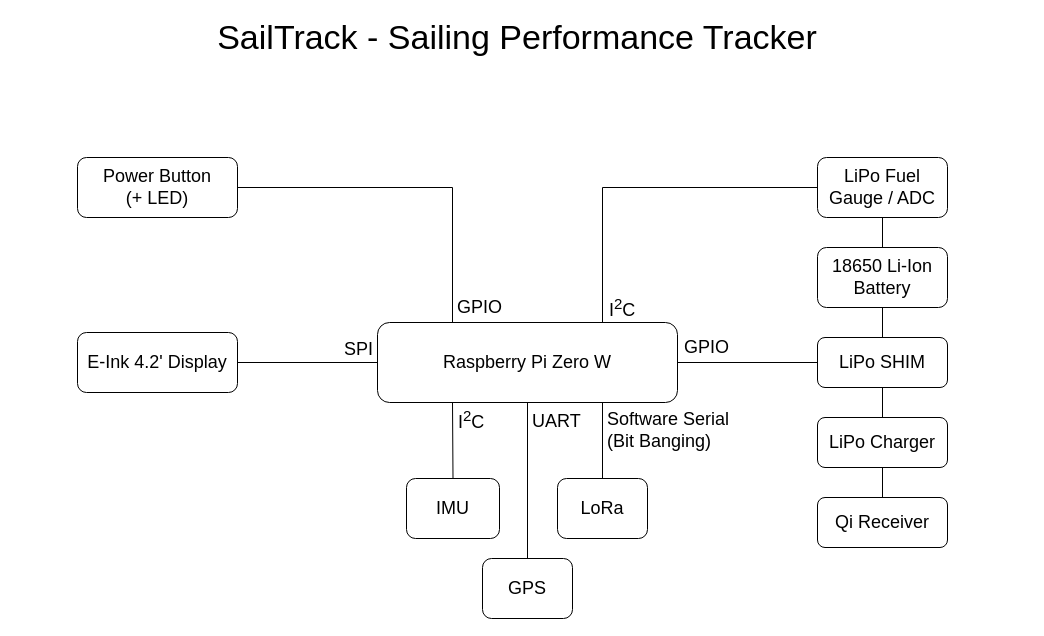
metis-vela-unipd/telemetry-documentation keeps this draw.io diagram as page "Block Scheme" (1 of 2) of schematics/sailtrack.drawio. Above is the earlier version. Source tidied: cells renumbered, new cells numbered last; positions are measured from the earlier drawing's top-left corner, leaving out a move shared by most shapes. Both pictures are drawn from the tidied source at 100%, with x=0, y=0 at pixel (17, 17).
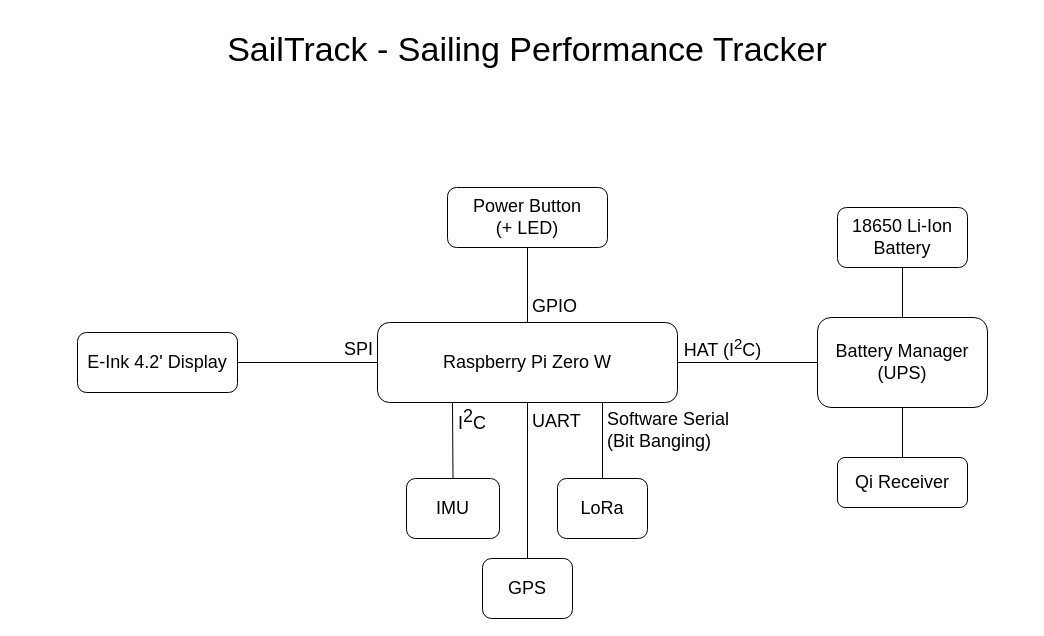
The same page after the edit.

Commit message:
Add Battery Manager System (UPS)

Unchanged cells that the change refers to:
```xml
<mxCell id="5" value="&lt;font style=&quot;font-size: 18px&quot;&gt;Raspberry Pi Zero W&lt;/font&gt;" style="rounded=1;whiteSpace=wrap;html=1;fontFamily=Helvetica;fontSize=18;align=center;" parent="1" vertex="1">
  <mxGeometry x="360" y="305" width="300" height="80" as="geometry" />
</mxCell>
<mxCell id="27" style="edgeStyle=orthogonalEdgeStyle;rounded=0;jettySize=auto;html=1;exitX=0.5;exitY=0;exitDx=0;exitDy=0;entryX=0.25;entryY=1;entryDx=0;entryDy=0;endArrow=none;endFill=0;" parent="1" edge="1" source="29" target="5">
  <mxGeometry relative="1" as="geometry">
    <Array as="points">
      <mxPoint x="435" y="461" />
    </Array>
  </mxGeometry>
</mxCell>
```

What changed in the source:
```diff
@@
     <mxCell id="2" value="SailTrack - Sailing Performance Tracker" style="text;html=1;strokeColor=none;fillColor=none;align=center;verticalAlign=middle;whiteSpace=wrap;rounded=0;fontFamily=Helvetica;FType=g;fontStyle=0;fontSize=34;labelBorderColor=none;" parent="1" vertex="1">
-      <mxGeometry width="1000" height="40" as="geometry" />
+      <mxGeometry x="10" y="12" width="1000" height="40" as="geometry" />
     </mxCell>
-    <mxCell id="3" style="edgeStyle=orthogonalEdgeStyle;rounded=0;jettySize=auto;html=1;exitX=1;exitY=0.5;exitDx=0;exitDy=0;entryX=0;entryY=0.5;entryDx=0;entryDy=0;endArrow=none;endFill=0;fontFamily=Helvetica;fontSize=18;" parent="1" edge="1" source="5" target="9">
-      <mxGeometry relative="1" as="geometry" />
-    </mxCell>
-    <mxCell id="4" value="GPIO" style="edgeLabel;html=1;align=center;verticalAlign=middle;fontSize=18;fontFamily=Helvetica;" parent="3" vertex="1">
-      <mxGeometry x="-0.31" relative="1" as="geometry">
-        <mxPoint x="-19.2" y="-16" as="offset" />
-      </mxGeometry>
-    </mxCell>
+    <mxCell id="33" style="edgeStyle=orthogonalEdgeStyle;rounded=0;jettySize=auto;html=1;exitX=1;exitY=0.5;exitDx=0;exitDy=0;entryX=0;entryY=0.5;entryDx=0;entryDy=0;endArrow=none;endFill=0;" parent="1" edge="1" source="5" target="38">
+      <mxGeometry relative="1" as="geometry" />
+    </mxCell>
+    <mxCell id="34" value="HAT (I&lt;sup&gt;2&lt;/sup&gt;C)" style="edgeLabel;html=1;align=center;verticalAlign=middle;fontSize=18;" parent="33" vertex="1">
+      <mxGeometry x="-0.47" y="2" relative="1" as="geometry">
+        <mxPoint x="7.5" y="-13" as="offset" />
+      </mxGeometry>
+    </mxCell>
@@
-    <mxCell id="6" style="edgeStyle=orthogonalEdgeStyle;rounded=0;jettySize=auto;html=1;exitX=0.5;exitY=1;exitDx=0;exitDy=0;entryX=0.5;entryY=0;entryDx=0;entryDy=0;endArrow=none;endFill=0;fontFamily=Helvetica;fontSize=18;" parent="1" edge="1" source="7" target="9">
-      <mxGeometry relative="1" as="geometry" />
-    </mxCell>
+    <mxCell id="35" style="edgeStyle=orthogonalEdgeStyle;rounded=0;jettySize=auto;html=1;exitX=0.5;exitY=1;exitDx=0;exitDy=0;entryX=0.5;entryY=0;entryDx=0;entryDy=0;endArrow=none;endFill=0;" parent="1" edge="1" source="7" target="38">
+      <mxGeometry relative="1" as="geometry" />
+    </mxCell>
     <mxCell id="7" value="&lt;font style=&quot;font-size: 18px&quot;&gt;18650 Li-Ion Battery&lt;/font&gt;" style="rounded=1;whiteSpace=wrap;html=1;fontFamily=Helvetica;fontSize=18;align=center;" parent="1" vertex="1">
-      <mxGeometry x="800" y="230" width="130" height="60" as="geometry" />
+      <mxGeometry x="820" y="190" width="130" height="60" as="geometry" />
     </mxCell>
-    <mxCell id="8" style="edgeStyle=orthogonalEdgeStyle;rounded=0;jettySize=auto;html=1;exitX=0.5;exitY=1;exitDx=0;exitDy=0;entryX=0.5;entryY=0;entryDx=0;entryDy=0;endArrow=none;endFill=0;fontFamily=Helvetica;fontSize=18;" parent="1" edge="1" source="9" target="11">
-      <mxGeometry relative="1" as="geometry" />
-    </mxCell>
-    <mxCell id="9" value="&lt;font style=&quot;font-size: 18px&quot;&gt;LiPo SHIM&lt;/font&gt;" style="rounded=1;whiteSpace=wrap;html=1;fontFamily=Helvetica;fontSize=18;align=center;" parent="1" vertex="1">
-      <mxGeometry x="800" y="320" width="130" height="50" as="geometry" />
-    </mxCell>
-    <mxCell id="10" style="edgeStyle=orthogonalEdgeStyle;rounded=0;jettySize=auto;html=1;exitX=0.5;exitY=1;exitDx=0;exitDy=0;entryX=0.5;entryY=0;entryDx=0;entryDy=0;endArrow=none;endFill=0;fontFamily=Helvetica;fontSize=18;" parent="1" edge="1" source="11" target="12">
-      <mxGeometry relative="1" as="geometry" />
-    </mxCell>
-    <mxCell id="11" value="&lt;font style=&quot;font-size: 18px&quot;&gt;LiPo&amp;nbsp;Charger&lt;/font&gt;" style="rounded=1;whiteSpace=wrap;html=1;fontFamily=Helvetica;fontSize=18;align=center;" parent="1" vertex="1">
-      <mxGeometry x="800" y="400" width="130" height="50" as="geometry" />
-    </mxCell>
     <mxCell id="12" value="&lt;font style=&quot;font-size: 18px&quot;&gt;Qi Receiver&lt;/font&gt;" style="rounded=1;whiteSpace=wrap;html=1;fontFamily=Helvetica;fontSize=18;align=center;" parent="1" vertex="1">
-      <mxGeometry x="800" y="480" width="130" height="50" as="geometry" />
+      <mxGeometry x="820" y="440" width="130" height="50" as="geometry" />
     </mxCell>
@@
-    <mxCell id="14" style="edgeStyle=orthogonalEdgeStyle;rounded=0;jettySize=auto;html=1;exitX=0.5;exitY=1;exitDx=0;exitDy=0;entryX=0.5;entryY=0;entryDx=0;entryDy=0;endArrow=none;endFill=0;fontFamily=Helvetica;fontSize=18;" parent="1" edge="1" source="17" target="7">
-      <mxGeometry relative="1" as="geometry" />
-    </mxCell>
-    <mxCell id="15" style="edgeStyle=orthogonalEdgeStyle;rounded=0;jettySize=auto;html=1;exitX=0;exitY=0.5;exitDx=0;exitDy=0;entryX=0.75;entryY=0;entryDx=0;entryDy=0;endArrow=none;endFill=0;fontFamily=Helvetica;fontSize=18;" parent="1" edge="1" source="17" target="5">
-      <mxGeometry relative="1" as="geometry" />
-    </mxCell>
-    <mxCell id="16" value="I&lt;sup&gt;2&lt;/sup&gt;C" style="edgeLabel;html=1;align=left;verticalAlign=middle;fontSize=18;fontFamily=Helvetica;" parent="15" vertex="1">
-      <mxGeometry x="-0.33" y="-4" relative="1" as="geometry">
-        <mxPoint x="-93.5" y="124" as="offset" />
-      </mxGeometry>
-    </mxCell>
-    <mxCell id="17" value="&lt;font style=&quot;font-size: 18px&quot;&gt;LiPo Fuel Gauge / ADC&lt;/font&gt;" style="rounded=1;whiteSpace=wrap;html=1;fontFamily=Helvetica;fontSize=18;align=center;" parent="1" vertex="1">
-      <mxGeometry x="800" y="140" width="130" height="60" as="geometry" />
-    </mxCell>
@@
-    <mxCell id="28" value="&lt;font style=&quot;font-size: 18px&quot;&gt;I&lt;sup&gt;2&lt;/sup&gt;C&lt;/font&gt;" style="edgeLabel;html=1;align=left;verticalAlign=middle;" parent="27" vertex="1">
+    <mxCell id="28" value="&lt;font style=&quot;font-size: 18px;&quot;&gt;I&lt;sup style=&quot;font-size: 18px;&quot;&gt;2&lt;/sup&gt;C&lt;/font&gt;" style="edgeLabel;html=1;align=left;verticalAlign=middle;fontSize=18;" parent="27" vertex="1">
       <mxGeometry x="0.13" y="3" relative="1" as="geometry">
         <mxPoint x="6.3" y="-16" as="offset" />
       </mxGeometry>
     </mxCell>
@@
-    <mxCell id="30" style="edgeStyle=orthogonalEdgeStyle;rounded=0;jettySize=auto;html=1;exitX=1;exitY=0.5;exitDx=0;exitDy=0;entryX=0.25;entryY=0;entryDx=0;entryDy=0;endArrow=none;endFill=0;fontFamily=Helvetica;fontSize=18;" parent="1" edge="1" source="32" target="5">
+    <mxCell id="30" style="edgeStyle=orthogonalEdgeStyle;rounded=0;jettySize=auto;html=1;exitX=0.5;exitY=1;exitDx=0;exitDy=0;entryX=0.5;entryY=0;entryDx=0;entryDy=0;endArrow=none;endFill=0;" parent="1" edge="1" source="32" target="5">
       <mxGeometry relative="1" as="geometry" />
     </mxCell>
-    <mxCell id="31" value="GPIO" style="edgeLabel;html=1;align=left;verticalAlign=middle;fontSize=18;fontFamily=Helvetica;" parent="30" vertex="1">
-      <mxGeometry x="0.79" y="-1" relative="1" as="geometry">
-        <mxPoint x="3.5" y="21.9" as="offset" />
-      </mxGeometry>
-    </mxCell>
+    <mxCell id="36" value="GPIO" style="edgeLabel;html=1;align=left;verticalAlign=middle;fontSize=18;" parent="30" vertex="1">
+      <mxGeometry x="-0.54" y="-2" relative="1" as="geometry">
+        <mxPoint x="5" y="41.4" as="offset" />
+      </mxGeometry>
+    </mxCell>
     <mxCell id="32" value="&lt;font style=&quot;font-size: 18px&quot;&gt;Power Button&lt;br&gt;(+ LED)&lt;/font&gt;" style="rounded=1;whiteSpace=wrap;html=1;fontFamily=Helvetica;fontSize=18;align=center;" parent="1" vertex="1">
-      <mxGeometry x="60" y="140" width="160" height="60" as="geometry" />
+      <mxGeometry x="430" y="170" width="160" height="60" as="geometry" />
     </mxCell>
+    <mxCell id="37" style="edgeStyle=orthogonalEdgeStyle;rounded=0;jettySize=auto;html=1;exitX=0.5;exitY=1;exitDx=0;exitDy=0;entryX=0.5;entryY=0;entryDx=0;entryDy=0;endArrow=none;endFill=0;" parent="1" edge="1" source="38" target="12">
+      <mxGeometry relative="1" as="geometry" />
+    </mxCell>
+    <mxCell id="38" value="&lt;font style=&quot;font-size: 18px&quot;&gt;Battery Manager (UPS)&lt;br&gt;&lt;/font&gt;" style="rounded=1;whiteSpace=wrap;html=1;fontFamily=Helvetica;fontSize=18;align=center;" parent="1" vertex="1">
+      <mxGeometry x="800" y="300" width="170" height="90" as="geometry" />
+    </mxCell>
```
